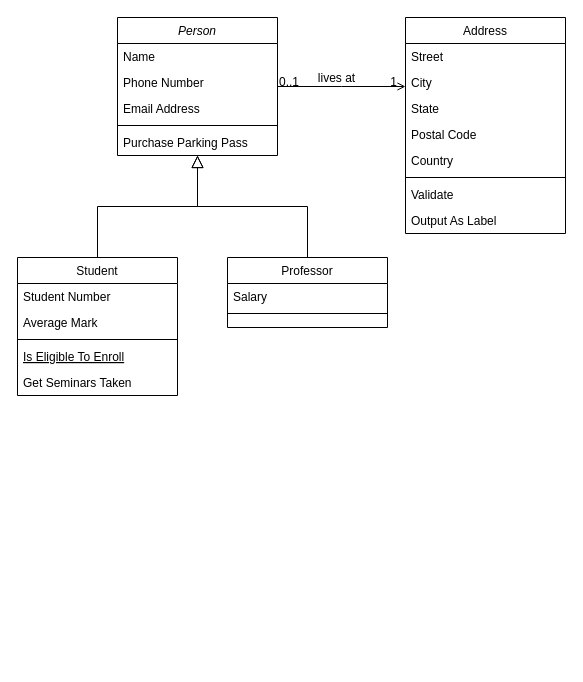
mweneh/simple_api keeps this draw.io diagram as Untitled Diagram.drawio. Above is the earlier version. Source tidied: cells renumbered, new cells numbered last; positions are measured from the earlier drawing's top-left corner, leaving out a move shared by most shapes. Both pictures are drawn from the tidied source at 100%, with x=0, y=0 at pixel (17, 17).
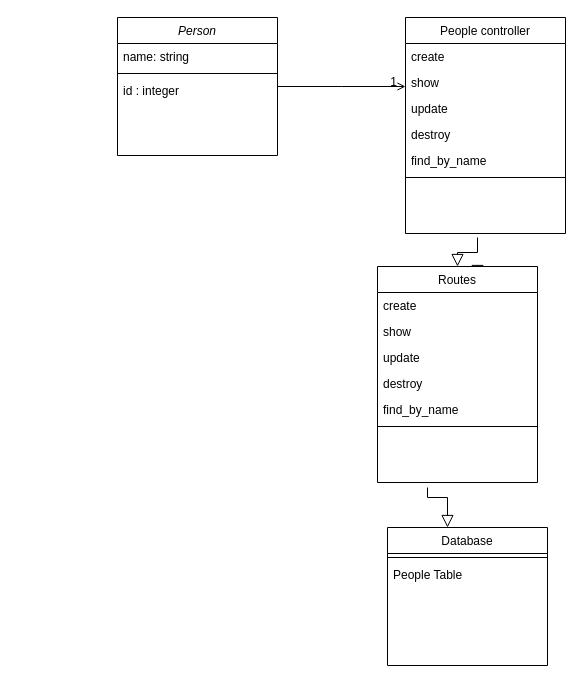
After the change.

Unchanged cells that the change refers to:
```xml
<mxCell id="2" value="Person" style="swimlane;fontStyle=2;align=center;verticalAlign=top;horizontal=1;startSize=26;rounded=0;shadow=0;strokeWidth=1;" parent="1" vertex="1">
  <mxGeometry x="100" width="160" height="138" as="geometry" />
</mxCell>
<mxCell id="28" style="endArrow=open;shadow=0;strokeWidth=1;rounded=0;endFill=1;edgeStyle=elbowEdgeStyle;elbow=vertical;" parent="1" edge="1" source="2" target="19">
  <mxGeometry x="0.5" y="41" relative="1" as="geometry">
    <mxPoint x="-40" y="32" as="offset" />
  </mxGeometry>
</mxCell>
```

What changed in the source:
```diff
@@
-    <mxCell id="3" value="Name" style="text;align=left;verticalAlign=top;spacingLeft=4;spacingRight=4;overflow=hidden;" parent="2" vertex="1">
+    <mxCell id="3" value="name: string" style="text;align=left;verticalAlign=top;spacingLeft=4;spacingRight=4;overflow=hidden;" parent="2" vertex="1">
       <mxGeometry y="26" width="160" height="26" as="geometry" />
     </mxCell>
-    <mxCell id="4" value="Phone Number" style="text;align=left;verticalAlign=top;spacingLeft=4;spacingRight=4;overflow=hidden;rounded=0;shadow=0;html=0;" parent="2" vertex="1">
-      <mxGeometry y="52" width="160" height="26" as="geometry" />
-    </mxCell>
-    <mxCell id="5" value="Email Address" style="text;align=left;verticalAlign=top;spacingLeft=4;spacingRight=4;overflow=hidden;rounded=0;shadow=0;html=0;" parent="2" vertex="1">
-      <mxGeometry y="78" width="160" height="26" as="geometry" />
-    </mxCell>
     <mxCell id="6" style="line;html=1;strokeWidth=1;align=left;verticalAlign=middle;spacingTop=-1;spacingLeft=3;spacingRight=3;labelPosition=right;" parent="2" vertex="1">
-      <mxGeometry y="104" width="160" height="8" as="geometry" />
+      <mxGeometry y="52" width="160" height="8" as="geometry" />
     </mxCell>
-    <mxCell id="7" value="Purchase Parking Pass" style="text;align=left;verticalAlign=top;spacingLeft=4;spacingRight=4;overflow=hidden;" parent="2" vertex="1">
-      <mxGeometry y="112" width="160" height="26" as="geometry" />
+    <mxCell id="7" value="id : integer" style="text;align=left;verticalAlign=top;spacingLeft=4;spacingRight=4;overflow=hidden;" parent="2" vertex="1">
+      <mxGeometry y="60" width="160" height="26" as="geometry" />
     </mxCell>
-    <mxCell id="8" value="Student" style="swimlane;fontStyle=0;align=center;verticalAlign=top;horizontal=1;startSize=26;rounded=0;shadow=0;strokeWidth=1;" parent="1" vertex="1">
-      <mxGeometry y="240" width="160" height="138" as="geometry" />
+    <mxCell id="8" value="Database" style="swimlane;fontStyle=0;align=center;verticalAlign=top;horizontal=1;startSize=26;rounded=0;shadow=0;strokeWidth=1;" parent="1" vertex="1">
+      <mxGeometry x="370" y="510" width="160" height="138" as="geometry" />
     </mxCell>
+    <mxCell id="11" style="line;html=1;strokeWidth=1;align=left;verticalAlign=middle;spacingTop=-1;spacingLeft=3;spacingRight=3;labelPosition=right;" parent="8" vertex="1">
+      <mxGeometry y="26" width="160" height="8" as="geometry" />
+    </mxCell>
-    <mxCell id="9" value="Student Number" style="text;align=left;verticalAlign=top;spacingLeft=4;spacingRight=4;overflow=hidden;" parent="8" vertex="1">
-      <mxGeometry y="26" width="160" height="26" as="geometry" />
+    <mxCell id="9" value="People Table" style="text;align=left;verticalAlign=top;spacingLeft=4;spacingRight=4;overflow=hidden;" parent="8" vertex="1">
+      <mxGeometry y="34" width="160" height="26" as="geometry" />
     </mxCell>
-    <mxCell id="10" value="Average Mark" style="text;align=left;verticalAlign=top;spacingLeft=4;spacingRight=4;overflow=hidden;rounded=0;shadow=0;html=0;" parent="8" vertex="1">
-      <mxGeometry y="52" width="160" height="26" as="geometry" />
-    </mxCell>
-    <mxCell id="11" style="line;html=1;strokeWidth=1;align=left;verticalAlign=middle;spacingTop=-1;spacingLeft=3;spacingRight=3;labelPosition=right;" parent="8" vertex="1">
-      <mxGeometry y="78" width="160" height="8" as="geometry" />
-    </mxCell>
-    <mxCell id="12" value="Is Eligible To Enroll" style="text;align=left;verticalAlign=top;spacingLeft=4;spacingRight=4;overflow=hidden;fontStyle=4;" parent="8" vertex="1">
-      <mxGeometry y="86" width="160" height="26" as="geometry" />
-    </mxCell>
-    <mxCell id="13" value="Get Seminars Taken" style="text;align=left;verticalAlign=top;spacingLeft=4;spacingRight=4;overflow=hidden;" parent="8" vertex="1">
-      <mxGeometry y="112" width="160" height="26" as="geometry" />
-    </mxCell>
-    <mxCell id="14" style="endArrow=block;endSize=10;endFill=0;shadow=0;strokeWidth=1;rounded=0;edgeStyle=elbowEdgeStyle;elbow=vertical;" parent="1" edge="1" source="8" target="2">
-      <mxGeometry relative="1" as="geometry" />
-    </mxCell>
-    <mxCell id="15" value="Professor" style="swimlane;fontStyle=0;align=center;verticalAlign=top;horizontal=1;startSize=26;rounded=0;shadow=0;strokeWidth=1;" parent="1" vertex="1">
-      <mxGeometry x="210" y="240" width="160" height="70" as="geometry" />
-    </mxCell>
-    <mxCell id="16" value="Salary" style="text;align=left;verticalAlign=top;spacingLeft=4;spacingRight=4;overflow=hidden;" parent="15" vertex="1">
-      <mxGeometry y="26" width="160" height="26" as="geometry" />
-    </mxCell>
-    <mxCell id="17" style="line;html=1;strokeWidth=1;align=left;verticalAlign=middle;spacingTop=-1;spacingLeft=3;spacingRight=3;labelPosition=right;" parent="15" vertex="1">
-      <mxGeometry y="52" width="160" height="8" as="geometry" />
-    </mxCell>
-    <mxCell id="18" style="endArrow=block;endSize=10;endFill=0;shadow=0;strokeWidth=1;rounded=0;edgeStyle=elbowEdgeStyle;elbow=vertical;" parent="1" edge="1" source="15" target="2">
-      <mxGeometry relative="1" as="geometry" />
+    <mxCell id="18" style="endArrow=block;endSize=10;endFill=0;shadow=0;strokeWidth=1;rounded=0;edgeStyle=elbowEdgeStyle;elbow=vertical;" parent="1" edge="1" source="33">
+      <mxGeometry relative="1" as="geometry">
+        <mxPoint x="460" y="260" as="targetPoint" />
+      </mxGeometry>
     </mxCell>
-    <mxCell id="19" value="Address" style="swimlane;fontStyle=0;align=center;verticalAlign=top;horizontal=1;startSize=26;rounded=0;shadow=0;strokeWidth=1;" parent="1" vertex="1">
+    <mxCell id="19" value="People controller" style="swimlane;fontStyle=0;align=center;verticalAlign=top;horizontal=1;startSize=26;rounded=0;shadow=0;strokeWidth=1;" parent="1" vertex="1">
       <mxGeometry x="388" width="160" height="216" as="geometry" />
     </mxCell>
-    <mxCell id="20" value="Street" style="text;align=left;verticalAlign=top;spacingLeft=4;spacingRight=4;overflow=hidden;" parent="19" vertex="1">
+    <mxCell id="20" value="create&#10;" style="text;align=left;verticalAlign=top;spacingLeft=4;spacingRight=4;overflow=hidden;" parent="19" vertex="1">
       <mxGeometry y="26" width="160" height="26" as="geometry" />
     </mxCell>
-    <mxCell id="21" value="City" style="text;align=left;verticalAlign=top;spacingLeft=4;spacingRight=4;overflow=hidden;rounded=0;shadow=0;html=0;" parent="19" vertex="1">
+    <mxCell id="21" value="show" style="text;align=left;verticalAlign=top;spacingLeft=4;spacingRight=4;overflow=hidden;rounded=0;shadow=0;html=0;" parent="19" vertex="1">
       <mxGeometry y="52" width="160" height="26" as="geometry" />
     </mxCell>
-    <mxCell id="22" value="State" style="text;align=left;verticalAlign=top;spacingLeft=4;spacingRight=4;overflow=hidden;rounded=0;shadow=0;html=0;" parent="19" vertex="1">
+    <mxCell id="22" value="update" style="text;align=left;verticalAlign=top;spacingLeft=4;spacingRight=4;overflow=hidden;rounded=0;shadow=0;html=0;" parent="19" vertex="1">
       <mxGeometry y="78" width="160" height="26" as="geometry" />
     </mxCell>
-    <mxCell id="23" value="Postal Code" style="text;align=left;verticalAlign=top;spacingLeft=4;spacingRight=4;overflow=hidden;rounded=0;shadow=0;html=0;" parent="19" vertex="1">
+    <mxCell id="23" value="destroy" style="text;align=left;verticalAlign=top;spacingLeft=4;spacingRight=4;overflow=hidden;rounded=0;shadow=0;html=0;" parent="19" vertex="1">
       <mxGeometry y="104" width="160" height="26" as="geometry" />
     </mxCell>
-    <mxCell id="24" value="Country" style="text;align=left;verticalAlign=top;spacingLeft=4;spacingRight=4;overflow=hidden;rounded=0;shadow=0;html=0;" parent="19" vertex="1">
+    <mxCell id="24" value="find_by_name" style="text;align=left;verticalAlign=top;spacingLeft=4;spacingRight=4;overflow=hidden;rounded=0;shadow=0;html=0;" parent="19" vertex="1">
       <mxGeometry y="130" width="160" height="26" as="geometry" />
     </mxCell>
@@
-    <mxCell id="26" value="Validate" style="text;align=left;verticalAlign=top;spacingLeft=4;spacingRight=4;overflow=hidden;" parent="19" vertex="1">
-      <mxGeometry y="164" width="160" height="26" as="geometry" />
-    </mxCell>
-    <mxCell id="27" value="Output As Label" style="text;align=left;verticalAlign=top;spacingLeft=4;spacingRight=4;overflow=hidden;" parent="19" vertex="1">
-      <mxGeometry y="190" width="160" height="26" as="geometry" />
-    </mxCell>
@@
-    <mxCell id="29" value="0..1" style="align=left;verticalAlign=bottom;labelBackgroundColor=none;fontSize=12;" parent="28" vertex="1">
-      <mxGeometry x="-1" relative="1" as="geometry">
-        <mxPoint y="4" as="offset" />
-      </mxGeometry>
-    </mxCell>
@@
-    <mxCell id="31" value="lives at" style="text;html=1;align=center;verticalAlign=middle;labelBackgroundColor=none;rounded=0;shadow=0;strokeWidth=1;fontSize=12;" parent="28" vertex="1">
-      <mxGeometry x="0.5" y="49" relative="1" as="geometry">
-        <mxPoint x="-38" y="40" as="offset" />
-      </mxGeometry>
-    </mxCell>
+    <mxCell id="32" style="endArrow=block;endSize=10;endFill=0;shadow=0;strokeWidth=1;rounded=0;edgeStyle=elbowEdgeStyle;elbow=vertical;" parent="1" edge="1" target="33">
+      <mxGeometry relative="1" as="geometry">
+        <mxPoint x="460" y="220" as="sourcePoint" />
+      </mxGeometry>
+    </mxCell>
+    <mxCell id="33" value="Routes" style="swimlane;fontStyle=0;align=center;verticalAlign=top;horizontal=1;startSize=26;rounded=0;shadow=0;strokeWidth=1;" parent="1" vertex="1">
+      <mxGeometry x="360" y="249" width="160" height="216" as="geometry" />
+    </mxCell>
+    <mxCell id="34" value="create&#10;" style="text;align=left;verticalAlign=top;spacingLeft=4;spacingRight=4;overflow=hidden;" parent="33" vertex="1">
+      <mxGeometry y="26" width="160" height="26" as="geometry" />
+    </mxCell>
+    <mxCell id="35" value="show" style="text;align=left;verticalAlign=top;spacingLeft=4;spacingRight=4;overflow=hidden;rounded=0;shadow=0;html=0;" parent="33" vertex="1">
+      <mxGeometry y="52" width="160" height="26" as="geometry" />
+    </mxCell>
+    <mxCell id="36" value="update" style="text;align=left;verticalAlign=top;spacingLeft=4;spacingRight=4;overflow=hidden;rounded=0;shadow=0;html=0;" parent="33" vertex="1">
+      <mxGeometry y="78" width="160" height="26" as="geometry" />
+    </mxCell>
+    <mxCell id="37" value="destroy" style="text;align=left;verticalAlign=top;spacingLeft=4;spacingRight=4;overflow=hidden;rounded=0;shadow=0;html=0;" parent="33" vertex="1">
+      <mxGeometry y="104" width="160" height="26" as="geometry" />
+    </mxCell>
+    <mxCell id="38" value="find_by_name" style="text;align=left;verticalAlign=top;spacingLeft=4;spacingRight=4;overflow=hidden;rounded=0;shadow=0;html=0;" parent="33" vertex="1">
+      <mxGeometry y="130" width="160" height="26" as="geometry" />
+    </mxCell>
+    <mxCell id="39" style="line;html=1;strokeWidth=1;align=left;verticalAlign=middle;spacingTop=-1;spacingLeft=3;spacingRight=3;labelPosition=right;" parent="33" vertex="1">
+      <mxGeometry y="156" width="160" height="8" as="geometry" />
+    </mxCell>
+    <mxCell id="40" style="endArrow=block;endSize=10;endFill=0;shadow=0;strokeWidth=1;rounded=0;edgeStyle=elbowEdgeStyle;elbow=vertical;entryX=0.375;entryY=0;entryDx=0;entryDy=0;entryPerimeter=0;" parent="1" edge="1" target="8">
+      <mxGeometry relative="1" as="geometry">
+        <mxPoint x="410" y="470" as="sourcePoint" />
+        <Array as="points">
+          <mxPoint x="440" y="480" />
+          <mxPoint x="450" y="520" />
+          <mxPoint x="440" y="510" />
+          <mxPoint x="430" y="490" />
+          <mxPoint x="430" y="470" />
+        </Array>
+      </mxGeometry>
+    </mxCell>
```
